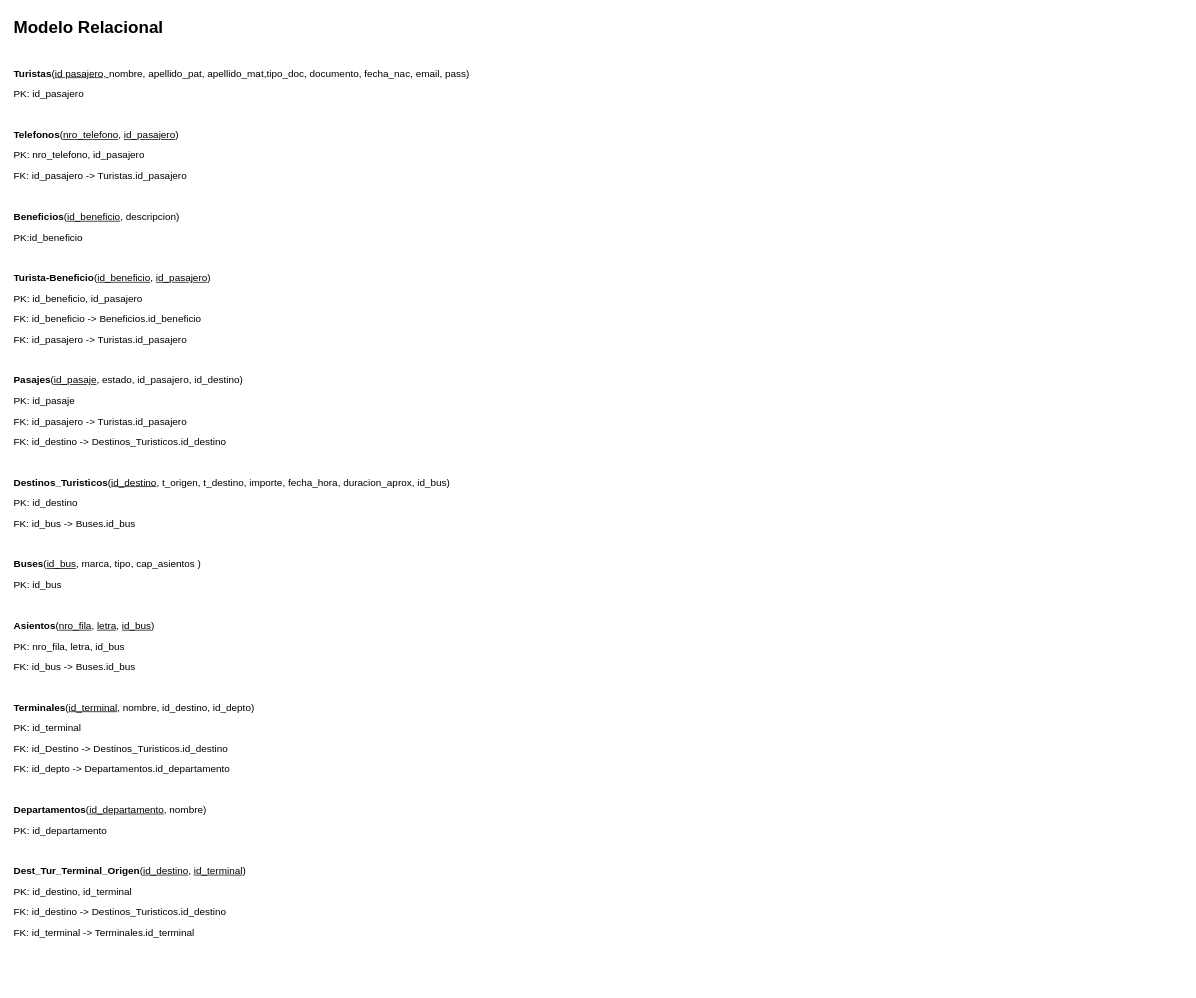
Above: page "MR" (2 of 4) of obligatorio/mer y mr bdd 1 obligatorio.drawio in duermomal/BDD1 (draw.io), before the change. Source tidied: cells renumbered, new cells numbered last; positions are measured from the earlier drawing's top-left corner, leaving out a move shared by most shapes. Both pictures are drawn from the tidied source at 71%, with x=0, y=0 at pixel (12, 11).
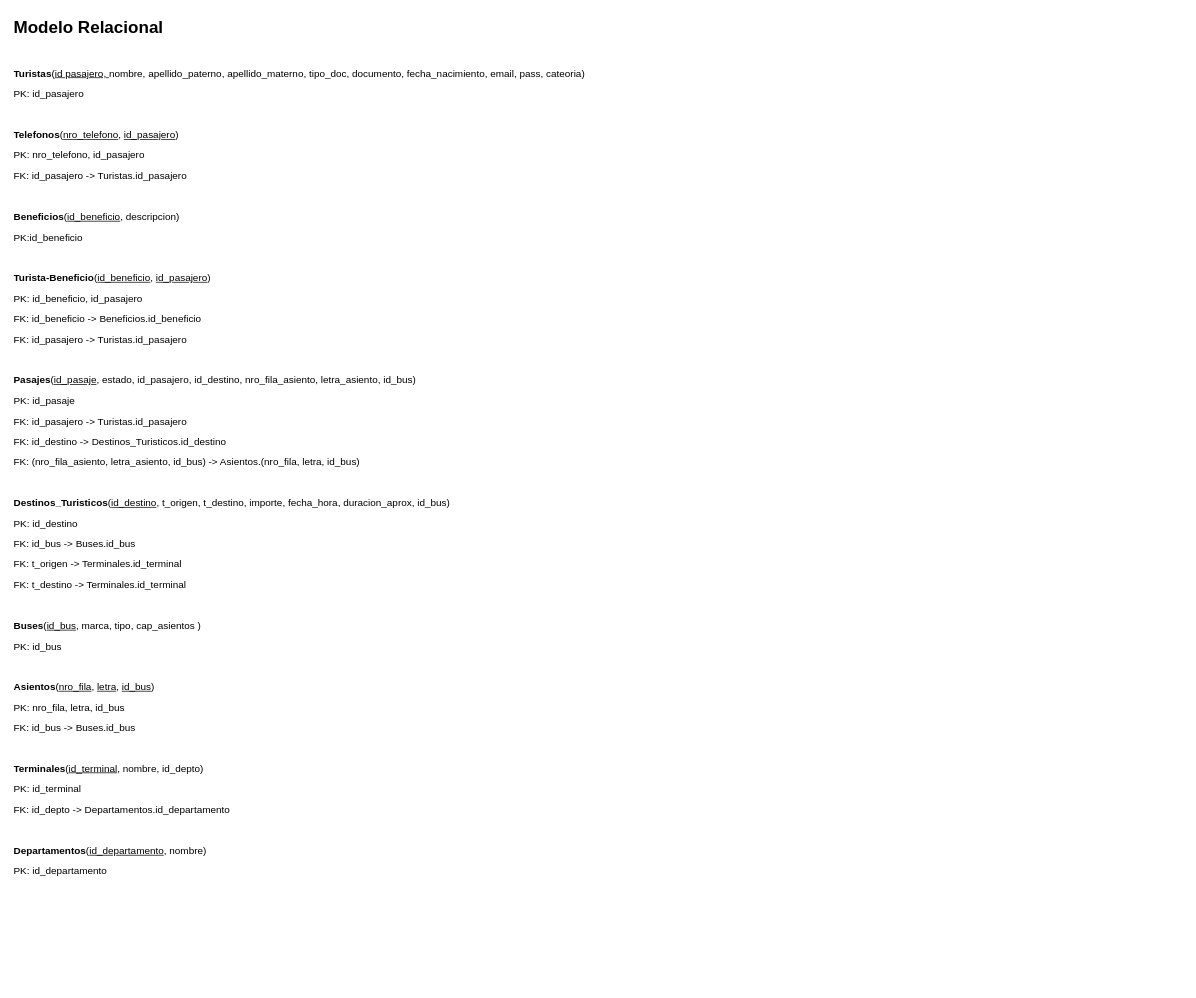
Above is the later version.

Change to the diagram source:
```diff
@@
 <mxGraphModel>
   <root>
     <mxCell id="0" />
     <mxCell id="1" parent="0" />
-    <mxCell id="2" value="&lt;h1 style=&quot;margin-top: 0px;&quot;&gt;Modelo Relacional&lt;/h1&gt;&lt;p&gt;&amp;nbsp;&amp;nbsp;&lt;/p&gt;&lt;p&gt;&lt;font style=&quot;font-size: 14px;&quot;&gt;&lt;font style=&quot;&quot;&gt;&lt;b style=&quot;&quot;&gt;Turistas&lt;/b&gt;&lt;/font&gt;&lt;font style=&quot;&quot;&gt;&lt;font style=&quot;&quot;&gt;(&lt;/font&gt;&lt;u style=&quot;background-color: initial; text-wrap: nowrap; text-align: right;&quot;&gt;id pasajero,&amp;nbsp;&lt;/u&gt;&lt;span style=&quot;text-align: right; text-wrap: nowrap; background-color: initial;&quot;&gt;nombre,&amp;nbsp;&lt;/span&gt;&lt;span style=&quot;text-align: right; text-wrap: nowrap; background-color: initial;&quot;&gt;apellido_pat,&lt;font style=&quot;&quot;&gt;&amp;nbsp;&lt;/font&gt;&lt;/span&gt;&lt;/font&gt;&lt;span style=&quot;text-align: right; text-wrap: nowrap; background-color: initial;&quot;&gt;apellido_mat,t&lt;/span&gt;&lt;span style=&quot;text-align: right; text-wrap: nowrap; background-color: initial;&quot;&gt;ipo_doc,&amp;nbsp;&lt;/span&gt;&lt;/font&gt;&lt;span style=&quot;font-size: 14px; background-color: initial; text-wrap: nowrap; text-align: right;&quot;&gt;documento,&amp;nbsp;&lt;/span&gt;&lt;span style=&quot;font-size: 14px; background-color: initial; text-wrap: nowrap; text-align: right;&quot;&gt;fecha_nac,&amp;nbsp;&lt;/span&gt;&lt;span style=&quot;font-size: 14px; background-color: initial; text-wrap: nowrap; text-align: right;&quot;&gt;email&lt;/span&gt;&lt;span style=&quot;font-size: 14px; background-color: initial; text-wrap: nowrap; text-align: right;&quot;&gt;, pass&lt;/span&gt;&lt;span style=&quot;font-size: 14px; background-color: initial; text-wrap: nowrap; text-align: right;&quot;&gt;)&lt;/span&gt;&lt;/p&gt;&lt;p&gt;&lt;font style=&quot;font-size: 14px;&quot;&gt;&lt;span style=&quot;text-wrap: nowrap; background-color: initial;&quot;&gt;PK: id_pasajero&lt;/span&gt;&lt;/font&gt;&lt;/p&gt;&lt;p&gt;&lt;font style=&quot;font-size: 14px;&quot;&gt;&lt;span style=&quot;text-wrap: nowrap; background-color: initial;&quot;&gt;&lt;br&gt;&lt;/span&gt;&lt;/font&gt;&lt;/p&gt;&lt;p&gt;&lt;font style=&quot;font-size: 14px;&quot;&gt;&lt;span style=&quot;text-wrap: nowrap; background-color: initial;&quot;&gt;&lt;b&gt;Telefonos&lt;/b&gt;(&lt;u&gt;nro_telefono&lt;/u&gt;, &lt;u&gt;id_pasajero&lt;/u&gt;)&lt;/span&gt;&lt;/font&gt;&lt;/p&gt;&lt;p&gt;&lt;font style=&quot;font-size: 14px;&quot;&gt;&lt;span style=&quot;text-wrap: nowrap; background-color: initial;&quot;&gt;PK: nro_telefono, id_pasajero&lt;/span&gt;&lt;/font&gt;&lt;/p&gt;&lt;p&gt;&lt;font style=&quot;font-size: 14px;&quot;&gt;&lt;span style=&quot;text-wrap: nowrap; background-color: initial;&quot;&gt;FK: id_pasajero -&amp;gt; Turistas.id_pasajero&lt;/span&gt;&lt;/font&gt;&lt;/p&gt;&lt;p&gt;&lt;font style=&quot;font-size: 14px;&quot;&gt;&lt;span style=&quot;text-wrap: nowrap; background-color: initial;&quot;&gt;&lt;br&gt;&lt;/span&gt;&lt;/font&gt;&lt;/p&gt;&lt;p&gt;&lt;font style=&quot;font-size: 14px;&quot;&gt;&lt;span style=&quot;text-wrap: nowrap; background-color: initial;&quot;&gt;&lt;b&gt;Beneficios&lt;/b&gt;(&lt;u&gt;id_beneficio&lt;/u&gt;, descripcion)&lt;/span&gt;&lt;/font&gt;&lt;/p&gt;&lt;p&gt;&lt;font style=&quot;font-size: 14px;&quot;&gt;&lt;span style=&quot;text-wrap: nowrap; background-color: initial;&quot;&gt;PK:id_beneficio&lt;/span&gt;&lt;/font&gt;&lt;/p&gt;&lt;p&gt;&lt;font style=&quot;font-size: 14px;&quot;&gt;&lt;span style=&quot;text-wrap: nowrap; background-color: initial;&quot;&gt;&lt;br&gt;&lt;/span&gt;&lt;/font&gt;&lt;/p&gt;&lt;p&gt;&lt;font style=&quot;font-size: 14px;&quot;&gt;&lt;span style=&quot;text-wrap: nowrap; background-color: initial;&quot;&gt;&lt;b&gt;Turista-Beneficio&lt;/b&gt;(&lt;u&gt;id_beneficio&lt;/u&gt;, &lt;u&gt;id_pasajero&lt;/u&gt;)&lt;/span&gt;&lt;/font&gt;&lt;/p&gt;&lt;p&gt;&lt;font style=&quot;font-size: 14px;&quot;&gt;&lt;span style=&quot;text-wrap: nowrap; background-color: initial;&quot;&gt;PK: id_beneficio, id_pasajero&lt;/span&gt;&lt;/font&gt;&lt;/p&gt;&lt;p&gt;&lt;font style=&quot;font-size: 14px;&quot;&gt;&lt;span style=&quot;text-wrap: nowrap; background-color: initial;&quot;&gt;FK: id_beneficio -&amp;gt; Beneficios.id_beneficio&lt;/span&gt;&lt;/font&gt;&lt;/p&gt;&lt;p&gt;&lt;font style=&quot;font-size: 14px;&quot;&gt;&lt;span style=&quot;text-wrap: nowrap; background-color: initial;&quot;&gt;FK: id_pasajero -&amp;gt; Turistas.id_pasajero&amp;nbsp;&lt;/span&gt;&lt;/font&gt;&lt;/p&gt;&lt;p&gt;&lt;font style=&quot;font-size: 14px;&quot;&gt;&lt;span style=&quot;text-wrap: nowrap; background-color: initial;&quot;&gt;&lt;br&gt;&lt;/span&gt;&lt;/font&gt;&lt;/p&gt;&lt;p&gt;&lt;font style=&quot;font-size: 14px;&quot;&gt;&lt;span style=&quot;text-wrap: nowrap; background-color: initial;&quot;&gt;&lt;b&gt;Pasajes&lt;/b&gt;(&lt;u&gt;id_pasaje&lt;/u&gt;, estado, id_pasajero, id_destino)&lt;/span&gt;&lt;/font&gt;&lt;/p&gt;&lt;p&gt;&lt;font style=&quot;font-size: 14px;&quot;&gt;&lt;span style=&quot;text-wrap: nowrap; background-color: initial;&quot;&gt;PK: id_pasaje&lt;/span&gt;&lt;/font&gt;&lt;/p&gt;&lt;p&gt;&lt;font style=&quot;font-size: 14px;&quot;&gt;&lt;span style=&quot;text-wrap: nowrap; background-color: initial;&quot;&gt;FK: id_pasajero -&amp;gt; Turistas.id_pasajero&lt;/span&gt;&lt;/font&gt;&lt;/p&gt;&lt;p&gt;&lt;font style=&quot;font-size: 14px;&quot;&gt;&lt;span style=&quot;text-wrap: nowrap; background-color: initial;&quot;&gt;FK: id_destino -&amp;gt; Destinos_Turisticos.id_destino&lt;/span&gt;&lt;/font&gt;&lt;/p&gt;&lt;p&gt;&lt;font style=&quot;font-size: 14px;&quot;&gt;&lt;span style=&quot;text-wrap: nowrap; background-color: initial;&quot;&gt;&lt;br&gt;&lt;/span&gt;&lt;/font&gt;&lt;/p&gt;&lt;p&gt;&lt;font style=&quot;font-size: 14px;&quot;&gt;&lt;span style=&quot;text-wrap: nowrap; background-color: initial;&quot;&gt;&lt;b&gt;Destinos_Turisticos&lt;/b&gt;(&lt;u&gt;id_destino&lt;/u&gt;, t_origen, t_destino, importe, fecha_hora, duracion_aprox, id_bus)&lt;/span&gt;&lt;/font&gt;&lt;/p&gt;&lt;p&gt;&lt;font style=&quot;font-size: 14px;&quot;&gt;&lt;span style=&quot;text-wrap: nowrap; background-color: initial;&quot;&gt;PK: id_destino&lt;/span&gt;&lt;/font&gt;&lt;/p&gt;&lt;p&gt;&lt;font style=&quot;font-size: 14px;&quot;&gt;&lt;span style=&quot;text-wrap: nowrap; background-color: initial;&quot;&gt;FK: id_bus -&amp;gt; Buses.id_bus&lt;/span&gt;&lt;/font&gt;&lt;/p&gt;&lt;p&gt;&lt;font style=&quot;font-size: 14px;&quot;&gt;&lt;span style=&quot;text-wrap: nowrap; background-color: initial;&quot;&gt;&lt;br&gt;&lt;/span&gt;&lt;/font&gt;&lt;/p&gt;&lt;p&gt;&lt;font style=&quot;font-size: 14px;&quot;&gt;&lt;span style=&quot;text-wrap: nowrap; background-color: initial;&quot;&gt;&lt;b&gt;Buses&lt;/b&gt;(&lt;u&gt;id_bus&lt;/u&gt;, marca, tipo, cap_asientos )&amp;nbsp;&lt;/span&gt;&lt;/font&gt;&lt;/p&gt;&lt;p&gt;&lt;font style=&quot;font-size: 14px;&quot;&gt;&lt;span style=&quot;text-wrap: nowrap; background-color: initial;&quot;&gt;PK: id_bus&lt;/span&gt;&lt;/font&gt;&lt;/p&gt;&lt;p&gt;&lt;b style=&quot;font-size: 14px; text-wrap: nowrap; background-color: initial;&quot;&gt;&lt;br&gt;&lt;/b&gt;&lt;/p&gt;&lt;p&gt;&lt;b style=&quot;font-size: 14px; text-wrap: nowrap; background-color: initial;&quot;&gt;Asientos&lt;/b&gt;&lt;span style=&quot;font-size: 14px; text-wrap: nowrap; background-color: initial;&quot;&gt;(&lt;u&gt;nro_fila&lt;/u&gt;, &lt;u&gt;letra&lt;/u&gt;, &lt;u&gt;id_bus&lt;/u&gt;)&lt;/span&gt;&lt;/p&gt;&lt;p&gt;&lt;span style=&quot;font-size: 14px; text-wrap: nowrap; background-color: initial;&quot;&gt;PK: nro_fila, letra, id_bus&lt;/span&gt;&lt;/p&gt;&lt;p&gt;&lt;span style=&quot;font-size: 14px; text-wrap: nowrap; background-color: initial;&quot;&gt;FK: id_bus -&amp;gt; Buses.id_bus&lt;/span&gt;&lt;/p&gt;&lt;p&gt;&lt;b style=&quot;font-size: 14px; text-wrap: nowrap; background-color: initial;&quot;&gt;&lt;br&gt;&lt;/b&gt;&lt;/p&gt;&lt;p&gt;&lt;b style=&quot;font-size: 14px; text-wrap: nowrap; background-color: initial;&quot;&gt;Terminales&lt;/b&gt;&lt;span style=&quot;font-size: 14px; text-wrap: nowrap; background-color: initial;&quot;&gt;(&lt;/span&gt;&lt;u style=&quot;font-size: 14px; text-wrap: nowrap; background-color: initial;&quot;&gt;id_terminal&lt;/u&gt;&lt;span style=&quot;font-size: 14px; text-wrap: nowrap; background-color: initial;&quot;&gt;, nombre, id_destino, id_depto)&lt;/span&gt;&lt;br&gt;&lt;/p&gt;&lt;p&gt;&lt;span style=&quot;font-size: 14px; text-wrap: nowrap;&quot;&gt;PK: id_terminal&lt;/span&gt;&lt;/p&gt;&lt;p&gt;&lt;span style=&quot;font-size: 14px; text-wrap: nowrap;&quot;&gt;FK: id_Destino -&amp;gt; Destinos_Turisticos.id_destino&lt;/span&gt;&lt;/p&gt;&lt;p&gt;&lt;span style=&quot;font-size: 14px; text-wrap: nowrap;&quot;&gt;FK: id_depto -&amp;gt; Departamentos.id_departamento&lt;/span&gt;&lt;/p&gt;&lt;p&gt;&lt;span style=&quot;font-size: 14px; text-wrap: nowrap;&quot;&gt;&lt;br&gt;&lt;/span&gt;&lt;/p&gt;&lt;p&gt;&lt;span style=&quot;font-size: 14px; text-wrap: nowrap;&quot;&gt;&lt;b style=&quot;&quot;&gt;Departamentos&lt;/b&gt;(&lt;u&gt;id_departamento&lt;/u&gt;, nombre)&lt;/span&gt;&lt;/p&gt;&lt;p&gt;&lt;span style=&quot;font-size: 14px; text-wrap: nowrap;&quot;&gt;PK: id_departamento&lt;/span&gt;&lt;/p&gt;&lt;p&gt;&lt;span style=&quot;font-size: 14px; text-wrap: nowrap;&quot;&gt;&lt;br&gt;&lt;/span&gt;&lt;/p&gt;&lt;p&gt;&lt;span style=&quot;font-size: 14px; text-wrap: nowrap;&quot;&gt;&lt;b&gt;Dest_Tur_Terminal_Origen&lt;/b&gt;(&lt;u&gt;id_destino&lt;/u&gt;, &lt;u&gt;id_terminal&lt;/u&gt;)&lt;/span&gt;&lt;/p&gt;&lt;p&gt;&lt;span style=&quot;font-size: 14px; text-wrap: nowrap;&quot;&gt;PK: id_destino, id_terminal&lt;/span&gt;&lt;/p&gt;&lt;p&gt;&lt;span style=&quot;font-size: 14px; text-wrap: nowrap;&quot;&gt;FK: id_destino -&amp;gt; Destinos_Turisticos.id_destino&lt;/span&gt;&lt;/p&gt;&lt;p&gt;&lt;span style=&quot;font-size: 14px; text-wrap: nowrap;&quot;&gt;FK: id_terminal -&amp;gt; Terminales.id_terminal&lt;/span&gt;&lt;/p&gt;" style="text;html=1;whiteSpace=wrap;overflow=hidden;rounded=0;" parent="1" vertex="1">
-      <mxGeometry y="0.5" width="740" height="1367.5" as="geometry" />
+    <mxCell id="2" value="&lt;h1 style=&quot;margin-top: 0px;&quot;&gt;Modelo Relacional&lt;/h1&gt;&lt;p&gt;&amp;nbsp;&amp;nbsp;&lt;/p&gt;&lt;p&gt;&lt;font style=&quot;font-size: 14px;&quot;&gt;&lt;font style=&quot;&quot;&gt;&lt;b style=&quot;&quot;&gt;Turistas&lt;/b&gt;&lt;/font&gt;&lt;font style=&quot;&quot;&gt;&lt;font style=&quot;&quot;&gt;(&lt;/font&gt;&lt;u style=&quot;background-color: initial; text-wrap: nowrap; text-align: right;&quot;&gt;id pasajero,&amp;nbsp;&lt;/u&gt;&lt;span style=&quot;text-align: right; text-wrap: nowrap; background-color: initial;&quot;&gt;nombre,&amp;nbsp;&lt;/span&gt;&lt;span style=&quot;text-align: right; text-wrap: nowrap; background-color: initial;&quot;&gt;apellido_paterno,&lt;font style=&quot;&quot;&gt;&amp;nbsp;&lt;/font&gt;&lt;/span&gt;&lt;/font&gt;&lt;span style=&quot;text-align: right; text-wrap: nowrap; background-color: initial;&quot;&gt;apellido_materno, t&lt;/span&gt;&lt;span style=&quot;text-align: right; text-wrap: nowrap; background-color: initial;&quot;&gt;ipo_doc,&amp;nbsp;&lt;/span&gt;&lt;/font&gt;&lt;span style=&quot;font-size: 14px; background-color: initial; text-wrap: nowrap; text-align: right;&quot;&gt;documento,&amp;nbsp;&lt;/span&gt;&lt;span style=&quot;font-size: 14px; background-color: initial; text-wrap: nowrap; text-align: right;&quot;&gt;fecha_nacimiento,&amp;nbsp;&lt;/span&gt;&lt;span style=&quot;font-size: 14px; background-color: initial; text-wrap: nowrap; text-align: right;&quot;&gt;email&lt;/span&gt;&lt;span style=&quot;font-size: 14px; background-color: initial; text-wrap: nowrap; text-align: right;&quot;&gt;, pass, cateoria&lt;/span&gt;&lt;span style=&quot;font-size: 14px; background-color: initial; text-wrap: nowrap; text-align: right;&quot;&gt;)&lt;/span&gt;&lt;/p&gt;&lt;p&gt;&lt;font style=&quot;font-size: 14px;&quot;&gt;&lt;span style=&quot;text-wrap: nowrap; background-color: initial;&quot;&gt;PK: id_pasajero&lt;/span&gt;&lt;/font&gt;&lt;/p&gt;&lt;p&gt;&lt;font style=&quot;font-size: 14px;&quot;&gt;&lt;span style=&quot;text-wrap: nowrap; background-color: initial;&quot;&gt;&lt;br&gt;&lt;/span&gt;&lt;/font&gt;&lt;/p&gt;&lt;p&gt;&lt;font style=&quot;font-size: 14px;&quot;&gt;&lt;span style=&quot;text-wrap: nowrap; background-color: initial;&quot;&gt;&lt;b&gt;Telefonos&lt;/b&gt;(&lt;u&gt;nro_telefono&lt;/u&gt;, &lt;u&gt;id_pasajero&lt;/u&gt;)&lt;/span&gt;&lt;/font&gt;&lt;/p&gt;&lt;p&gt;&lt;font style=&quot;font-size: 14px;&quot;&gt;&lt;span style=&quot;text-wrap: nowrap; background-color: initial;&quot;&gt;PK: nro_telefono, id_pasajero&lt;/span&gt;&lt;/font&gt;&lt;/p&gt;&lt;p&gt;&lt;font style=&quot;font-size: 14px;&quot;&gt;&lt;span style=&quot;text-wrap: nowrap; background-color: initial;&quot;&gt;FK: id_pasajero -&amp;gt; Turistas.id_pasajero&lt;/span&gt;&lt;/font&gt;&lt;/p&gt;&lt;p&gt;&lt;font style=&quot;font-size: 14px;&quot;&gt;&lt;span style=&quot;text-wrap: nowrap; background-color: initial;&quot;&gt;&lt;br&gt;&lt;/span&gt;&lt;/font&gt;&lt;/p&gt;&lt;p&gt;&lt;font style=&quot;font-size: 14px;&quot;&gt;&lt;span style=&quot;text-wrap: nowrap; background-color: initial;&quot;&gt;&lt;b&gt;Beneficios&lt;/b&gt;(&lt;u&gt;id_beneficio&lt;/u&gt;, descripcion)&lt;/span&gt;&lt;/font&gt;&lt;/p&gt;&lt;p&gt;&lt;font style=&quot;font-size: 14px;&quot;&gt;&lt;span style=&quot;text-wrap: nowrap; background-color: initial;&quot;&gt;PK:id_beneficio&lt;/span&gt;&lt;/font&gt;&lt;/p&gt;&lt;p&gt;&lt;font style=&quot;font-size: 14px;&quot;&gt;&lt;span style=&quot;text-wrap: nowrap; background-color: initial;&quot;&gt;&lt;br&gt;&lt;/span&gt;&lt;/font&gt;&lt;/p&gt;&lt;p&gt;&lt;font style=&quot;font-size: 14px;&quot;&gt;&lt;span style=&quot;text-wrap: nowrap; background-color: initial;&quot;&gt;&lt;b&gt;Turista-Beneficio&lt;/b&gt;(&lt;u&gt;id_beneficio&lt;/u&gt;, &lt;u&gt;id_pasajero&lt;/u&gt;)&lt;/span&gt;&lt;/font&gt;&lt;/p&gt;&lt;p&gt;&lt;font style=&quot;font-size: 14px;&quot;&gt;&lt;span style=&quot;text-wrap: nowrap; background-color: initial;&quot;&gt;PK: id_beneficio, id_pasajero&lt;/span&gt;&lt;/font&gt;&lt;/p&gt;&lt;p&gt;&lt;font style=&quot;font-size: 14px;&quot;&gt;&lt;span style=&quot;text-wrap: nowrap; background-color: initial;&quot;&gt;FK: id_beneficio -&amp;gt; Beneficios.id_beneficio&lt;/span&gt;&lt;/font&gt;&lt;/p&gt;&lt;p&gt;&lt;font style=&quot;font-size: 14px;&quot;&gt;&lt;span style=&quot;text-wrap: nowrap; background-color: initial;&quot;&gt;FK: id_pasajero -&amp;gt; Turistas.id_pasajero&amp;nbsp;&lt;/span&gt;&lt;/font&gt;&lt;/p&gt;&lt;p&gt;&lt;font style=&quot;font-size: 14px;&quot;&gt;&lt;span style=&quot;text-wrap: nowrap; background-color: initial;&quot;&gt;&lt;br&gt;&lt;/span&gt;&lt;/font&gt;&lt;/p&gt;&lt;p&gt;&lt;font style=&quot;font-size: 14px;&quot;&gt;&lt;span style=&quot;text-wrap: nowrap; background-color: initial;&quot;&gt;&lt;b&gt;Pasajes&lt;/b&gt;(&lt;u&gt;id_pasaje&lt;/u&gt;, estado, id_pasajero, id_destino,&amp;nbsp;&lt;/span&gt;&lt;/font&gt;&lt;span style=&quot;background-color: initial; font-size: 14px; text-wrap: nowrap;&quot;&gt;nro_fila_asiento, letra_asiento, id_bus&lt;/span&gt;&lt;span style=&quot;background-color: initial; text-wrap: nowrap; font-size: 14px;&quot;&gt;)&lt;/span&gt;&lt;/p&gt;&lt;p&gt;&lt;font style=&quot;font-size: 14px;&quot;&gt;&lt;span style=&quot;text-wrap: nowrap; background-color: initial;&quot;&gt;PK: id_pasaje&lt;/span&gt;&lt;/font&gt;&lt;/p&gt;&lt;p&gt;&lt;font style=&quot;font-size: 14px;&quot;&gt;&lt;span style=&quot;text-wrap: nowrap; background-color: initial;&quot;&gt;FK: id_pasajero -&amp;gt; Turistas.id_pasajero&lt;/span&gt;&lt;/font&gt;&lt;/p&gt;&lt;p&gt;&lt;font style=&quot;font-size: 14px;&quot;&gt;&lt;span style=&quot;text-wrap: nowrap; background-color: initial;&quot;&gt;FK: id_destino -&amp;gt; Destinos_Turisticos.id_destino&lt;/span&gt;&lt;/font&gt;&lt;/p&gt;&lt;p&gt;&lt;font style=&quot;font-size: 14px;&quot;&gt;&lt;span style=&quot;text-wrap: nowrap; background-color: initial;&quot;&gt;FK: (&lt;/span&gt;&lt;/font&gt;&lt;span style=&quot;font-size: 14px; text-wrap: nowrap; background-color: initial;&quot;&gt;nro_fila_asiento, letra_asiento, id_bus&lt;/span&gt;&lt;span style=&quot;background-color: initial; text-wrap: nowrap; font-size: 14px;&quot;&gt;) -&amp;gt; Asientos.(&lt;/span&gt;&lt;span style=&quot;font-size: 14px; text-wrap: nowrap; background-color: initial;&quot;&gt;nro_fila, letra, id_bus)&lt;/span&gt;&lt;/p&gt;&lt;p&gt;&lt;font style=&quot;font-size: 14px;&quot;&gt;&lt;span style=&quot;text-wrap: nowrap; background-color: initial;&quot;&gt;&lt;br&gt;&lt;/span&gt;&lt;/font&gt;&lt;/p&gt;&lt;p&gt;&lt;font style=&quot;font-size: 14px;&quot;&gt;&lt;span style=&quot;text-wrap: nowrap; background-color: initial;&quot;&gt;&lt;b&gt;Destinos_Turisticos&lt;/b&gt;(&lt;u&gt;id_destino&lt;/u&gt;, t_origen, t_destino, importe, fecha_hora, duracion_aprox, id_bus)&lt;/span&gt;&lt;/font&gt;&lt;/p&gt;&lt;p&gt;&lt;font style=&quot;font-size: 14px;&quot;&gt;&lt;span style=&quot;text-wrap: nowrap; background-color: initial;&quot;&gt;PK: id_destino&lt;/span&gt;&lt;/font&gt;&lt;/p&gt;&lt;p&gt;&lt;font style=&quot;font-size: 14px;&quot;&gt;&lt;span style=&quot;text-wrap: nowrap; background-color: initial;&quot;&gt;FK: id_bus -&amp;gt; Buses.id_bus&lt;/span&gt;&lt;/font&gt;&lt;/p&gt;&lt;p&gt;&lt;font style=&quot;font-size: 14px;&quot;&gt;&lt;span style=&quot;text-wrap: nowrap; background-color: initial;&quot;&gt;FK: t_origen -&amp;gt; Terminales.id_terminal&lt;/span&gt;&lt;/font&gt;&lt;/p&gt;&lt;p&gt;&lt;font style=&quot;font-size: 14px;&quot;&gt;&lt;span style=&quot;text-wrap: nowrap; background-color: initial;&quot;&gt;FK: t_destino -&amp;gt; Terminales.id_terminal&lt;/span&gt;&lt;/font&gt;&lt;/p&gt;&lt;p&gt;&lt;font style=&quot;font-size: 14px;&quot;&gt;&lt;span style=&quot;text-wrap: nowrap; background-color: initial;&quot;&gt;&lt;br&gt;&lt;/span&gt;&lt;/font&gt;&lt;/p&gt;&lt;p&gt;&lt;font style=&quot;font-size: 14px;&quot;&gt;&lt;span style=&quot;text-wrap: nowrap; background-color: initial;&quot;&gt;&lt;b&gt;Buses&lt;/b&gt;(&lt;u&gt;id_bus&lt;/u&gt;, marca, tipo, cap_asientos )&amp;nbsp;&lt;/span&gt;&lt;/font&gt;&lt;/p&gt;&lt;p&gt;&lt;font style=&quot;font-size: 14px;&quot;&gt;&lt;span style=&quot;text-wrap: nowrap; background-color: initial;&quot;&gt;PK: id_bus&lt;/span&gt;&lt;/font&gt;&lt;/p&gt;&lt;p&gt;&lt;b style=&quot;font-size: 14px; text-wrap: nowrap; background-color: initial;&quot;&gt;&lt;br&gt;&lt;/b&gt;&lt;/p&gt;&lt;p&gt;&lt;b style=&quot;font-size: 14px; text-wrap: nowrap; background-color: initial;&quot;&gt;Asientos&lt;/b&gt;&lt;span style=&quot;font-size: 14px; text-wrap: nowrap; background-color: initial;&quot;&gt;(&lt;u&gt;nro_fila&lt;/u&gt;, &lt;u&gt;letra&lt;/u&gt;, &lt;u&gt;id_bus&lt;/u&gt;)&lt;/span&gt;&lt;/p&gt;&lt;p&gt;&lt;span style=&quot;font-size: 14px; text-wrap: nowrap; background-color: initial;&quot;&gt;PK: nro_fila, letra, id_bus&lt;/span&gt;&lt;/p&gt;&lt;p&gt;&lt;span style=&quot;font-size: 14px; text-wrap: nowrap; background-color: initial;&quot;&gt;FK: id_bus -&amp;gt; Buses.id_bus&lt;/span&gt;&lt;/p&gt;&lt;p&gt;&lt;b style=&quot;font-size: 14px; text-wrap: nowrap; background-color: initial;&quot;&gt;&lt;br&gt;&lt;/b&gt;&lt;/p&gt;&lt;p&gt;&lt;b style=&quot;font-size: 14px; text-wrap: nowrap; background-color: initial;&quot;&gt;Terminales&lt;/b&gt;&lt;span style=&quot;font-size: 14px; text-wrap: nowrap; background-color: initial;&quot;&gt;(&lt;/span&gt;&lt;u style=&quot;font-size: 14px; text-wrap: nowrap; background-color: initial;&quot;&gt;id_terminal&lt;/u&gt;&lt;span style=&quot;font-size: 14px; text-wrap: nowrap; background-color: initial;&quot;&gt;, nombre, id_depto)&lt;/span&gt;&lt;br&gt;&lt;/p&gt;&lt;p&gt;&lt;span style=&quot;font-size: 14px; text-wrap: nowrap;&quot;&gt;PK: id_terminal&lt;/span&gt;&lt;/p&gt;&lt;p&gt;&lt;span style=&quot;font-size: 14px; text-wrap: nowrap;&quot;&gt;FK: id_depto -&amp;gt; Departamentos.id_departamento&lt;/span&gt;&lt;/p&gt;&lt;p&gt;&lt;span style=&quot;font-size: 14px; text-wrap: nowrap;&quot;&gt;&lt;br&gt;&lt;/span&gt;&lt;/p&gt;&lt;p&gt;&lt;span style=&quot;font-size: 14px; text-wrap: nowrap;&quot;&gt;&lt;b style=&quot;&quot;&gt;Departamentos&lt;/b&gt;(&lt;u&gt;id_departamento&lt;/u&gt;, nombre)&lt;/span&gt;&lt;/p&gt;&lt;p&gt;&lt;span style=&quot;font-size: 14px; text-wrap: nowrap;&quot;&gt;PK: id_departamento&lt;/span&gt;&lt;/p&gt;" style="text;html=1;whiteSpace=wrap;overflow=hidden;rounded=0;" parent="1" vertex="1">
+      <mxGeometry y="0.5" width="1650" height="1367.5" as="geometry" />
     </mxCell>
   </root>
 </mxGraphModel>
```
